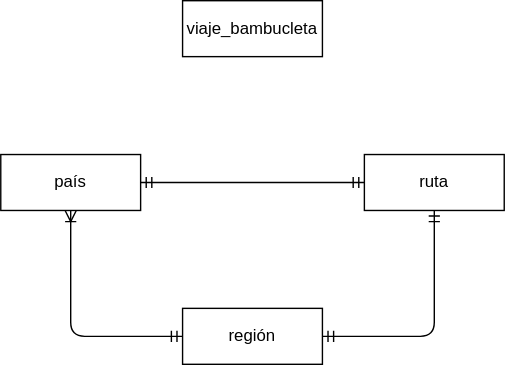
david-gmz/Headless-WordPress-with-Astro keeps this draw.io diagram as bambu-logic.drawio.svg. Above is the earlier version. Source tidied: cells renumbered, new cells last; positions are measured from the earlier drawing's top-left corner, leaving out a move shared by most shapes. Source of this version:
```xml
<mxGraphModel>
  <root>
    <mxCell id="0" />
    <mxCell id="1" parent="0" />
    <mxCell id="2" value="viaje_bambucleta" style="whiteSpace=wrap;html=1;align=center;" parent="1" vertex="1">
      <mxGeometry x="130" width="100" height="40" as="geometry" />
    </mxCell>
    <mxCell id="3" value="país" style="whiteSpace=wrap;html=1;align=center;" parent="1" vertex="1">
      <mxGeometry y="110" width="100" height="40" as="geometry" />
    </mxCell>
    <mxCell id="4" value="ruta" style="whiteSpace=wrap;html=1;align=center;" parent="1" vertex="1">
      <mxGeometry x="260" y="110" width="100" height="40" as="geometry" />
    </mxCell>
    <mxCell id="5" value="región" style="whiteSpace=wrap;html=1;align=center;" parent="1" vertex="1">
      <mxGeometry x="130" y="220" width="100" height="40" as="geometry" />
    </mxCell>
    <mxCell id="6" style="edgeStyle=orthogonalEdgeStyle;fontSize=12;html=1;endArrow=ERoneToMany;startArrow=ERmandOne;entryX=0.5;entryY=1;entryDx=0;entryDy=0;exitX=0;exitY=0.5;exitDx=0;exitDy=0;" parent="1" edge="1" source="5" target="3">
      <mxGeometry relative="1" as="geometry">
        <Array as="points">
          <mxPoint x="50" y="240" />
        </Array>
      </mxGeometry>
    </mxCell>
    <mxCell id="7" style="fontSize=12;html=1;endArrow=ERmandOne;startArrow=ERmandOne;entryX=0;entryY=0.5;entryDx=0;entryDy=0;exitX=1;exitY=0.5;exitDx=0;exitDy=0;" parent="1" edge="1" source="3" target="4">
      <mxGeometry relative="1" as="geometry" />
    </mxCell>
    <mxCell id="8" style="fontSize=12;html=1;endArrow=ERmandOne;startArrow=ERmandOne;entryX=0.5;entryY=1;entryDx=0;entryDy=0;exitX=1;exitY=0.5;exitDx=0;exitDy=0;" parent="1" edge="1" source="5" target="4">
      <mxGeometry relative="1" as="geometry">
        <Array as="points">
          <mxPoint x="310" y="240" />
        </Array>
      </mxGeometry>
    </mxCell>
  </root>
</mxGraphModel>
```
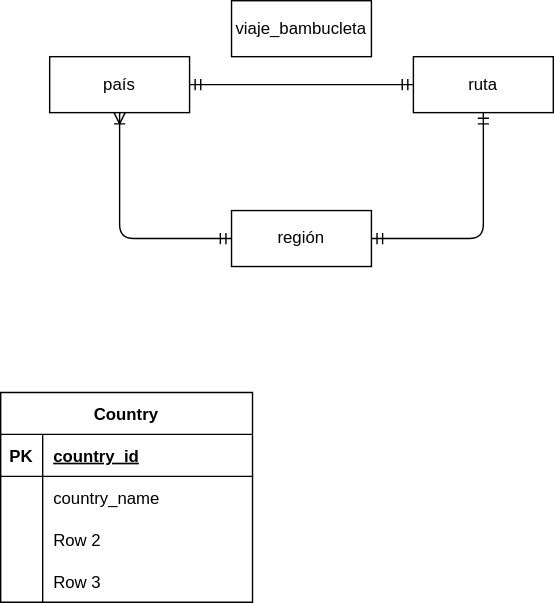
The same diagram one commit later.

The edit, as a diff of the source:
```diff
@@ -3,7 +3,7 @@
     <mxCell id="0" />
     <mxCell id="1" parent="0" />
     <mxCell id="2" value="viaje_bambucleta" style="whiteSpace=wrap;html=1;align=center;" parent="1" vertex="1">
-      <mxGeometry x="130" width="100" height="40" as="geometry" />
+      <mxGeometry x="130" y="70" width="100" height="40" as="geometry" />
     </mxCell>
     <mxCell id="3" value="país" style="whiteSpace=wrap;html=1;align=center;" parent="1" vertex="1">
       <mxGeometry y="110" width="100" height="40" as="geometry" />
@@ -31,5 +31,44 @@
         </Array>
       </mxGeometry>
     </mxCell>
+    <mxCell id="9" value="Country" style="shape=table;startSize=30;rowLines=0;fontStyle=1;align=center;" parent="1" vertex="1">
+      <mxGeometry x="-35" y="350" width="180" height="150" as="geometry" />
+    </mxCell>
+    <mxCell id="10" style="shape=tableRow;horizontal=0;startSize=0;swimlaneHead=0;swimlaneBody=0;fillColor=none;top=0;left=0;right=0;bottom=1;" parent="9" vertex="1">
+      <mxGeometry y="30" width="180" height="30" as="geometry" />
+    </mxCell>
+    <mxCell id="11" value="PK" style="shape=partialRectangle;fillColor=none;top=0;left=0;bottom=0;right=0;fontStyle=1;overflow=hidden;" parent="10" vertex="1">
+      <mxGeometry width="30" height="30" as="geometry" />
+    </mxCell>
+    <mxCell id="12" value="country_id" style="shape=partialRectangle;fillColor=none;top=0;left=0;bottom=0;right=0;align=left;spacingLeft=6;fontStyle=5;overflow=hidden;" parent="10" vertex="1">
+      <mxGeometry x="30" width="150" height="30" as="geometry" />
+    </mxCell>
+    <mxCell id="13" style="shape=tableRow;horizontal=0;startSize=0;swimlaneHead=0;swimlaneBody=0;fillColor=none;top=0;left=0;right=0;bottom=0;" parent="9" vertex="1">
+      <mxGeometry y="60" width="180" height="30" as="geometry" />
+    </mxCell>
+    <mxCell id="14" style="shape=partialRectangle;fillColor=none;top=0;left=0;bottom=0;right=0;overflow=hidden;" parent="13" vertex="1">
+      <mxGeometry width="30" height="30" as="geometry" />
+    </mxCell>
+    <mxCell id="15" value="country_name" style="shape=partialRectangle;fillColor=none;top=0;left=0;bottom=0;right=0;align=left;spacingLeft=6;overflow=hidden;" parent="13" vertex="1">
+      <mxGeometry x="30" width="150" height="30" as="geometry" />
+    </mxCell>
+    <mxCell id="16" style="shape=tableRow;horizontal=0;startSize=0;swimlaneHead=0;swimlaneBody=0;fillColor=none;top=0;left=0;right=0;bottom=0;" parent="9" vertex="1">
+      <mxGeometry y="90" width="180" height="30" as="geometry" />
+    </mxCell>
+    <mxCell id="17" style="shape=partialRectangle;fillColor=none;top=0;left=0;bottom=0;right=0;overflow=hidden;" parent="16" vertex="1">
+      <mxGeometry width="30" height="30" as="geometry" />
+    </mxCell>
+    <mxCell id="18" value="Row 2" style="shape=partialRectangle;fillColor=none;top=0;left=0;bottom=0;right=0;align=left;spacingLeft=6;overflow=hidden;" parent="16" vertex="1">
+      <mxGeometry x="30" width="150" height="30" as="geometry" />
+    </mxCell>
+    <mxCell id="19" style="shape=tableRow;horizontal=0;startSize=0;swimlaneHead=0;swimlaneBody=0;fillColor=none;top=0;left=0;right=0;bottom=0;" parent="9" vertex="1">
+      <mxGeometry y="120" width="180" height="30" as="geometry" />
+    </mxCell>
+    <mxCell id="20" style="shape=partialRectangle;fillColor=none;top=0;left=0;bottom=0;right=0;overflow=hidden;" parent="19" vertex="1">
+      <mxGeometry width="30" height="30" as="geometry" />
+    </mxCell>
+    <mxCell id="21" value="Row 3" style="shape=partialRectangle;fillColor=none;top=0;left=0;bottom=0;right=0;align=left;spacingLeft=6;overflow=hidden;" parent="19" vertex="1">
+      <mxGeometry x="30" width="150" height="30" as="geometry" />
+    </mxCell>
   </root>
 </mxGraphModel>
```
